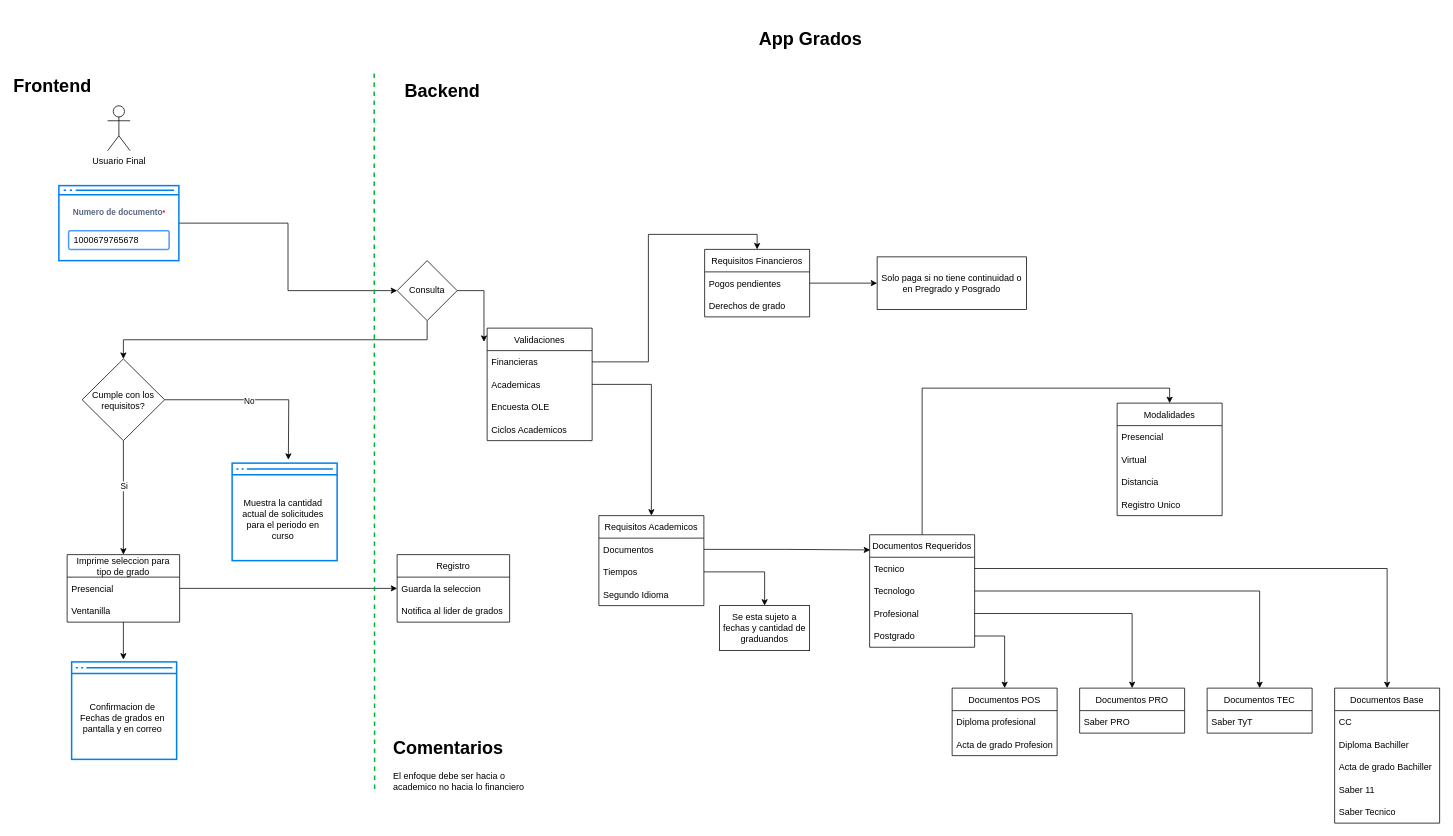
Earlier version of the draw.io diagram page "Idea Base" (1 of 3) of flujo-inicial.drawio (DevOps-CUN/docs-apps-grados). Source tidied: cells renumbered, new cells numbered last; positions are measured from the earlier drawing's top-left corner, leaving out a move shared by most shapes. Both pictures are drawn from the tidied source at 75%, with x=0, y=0 at pixel (14, 13).
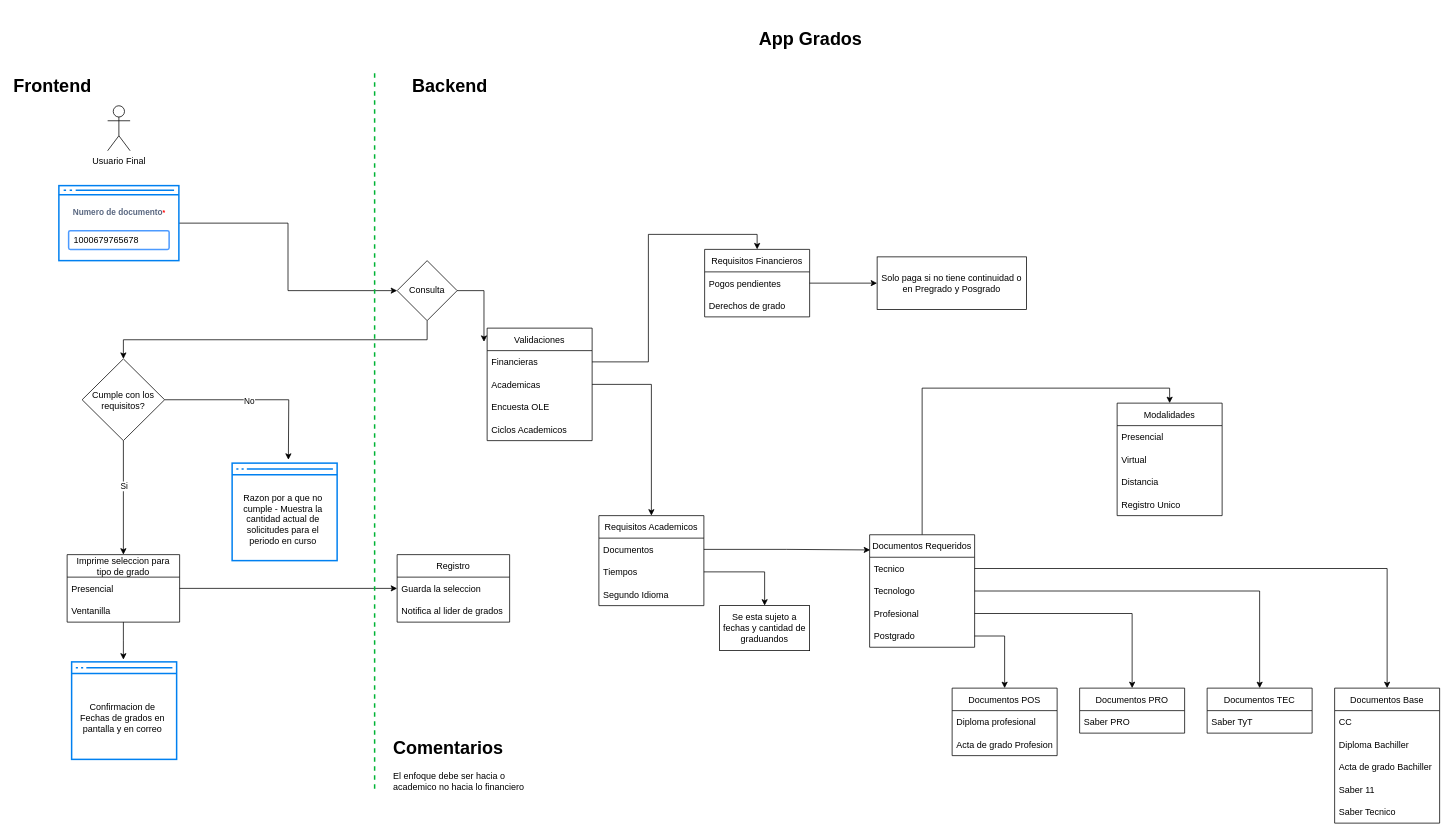
The same page after the edit.

Diff of the diagram source:
```diff
@@
     <mxCell id="7" value="Backend" style="text;strokeColor=none;fillColor=none;html=1;fontSize=24;fontStyle=1;verticalAlign=middle;align=center;" parent="1" vertex="1">
-      <mxGeometry x="470" y="83.5" width="200" height="40" as="geometry" />
+      <mxGeometry x="480" y="76.5" width="200" height="40" as="geometry" />
     </mxCell>
@@
-    <mxCell id="71" style="edgeStyle=none;rounded=0;html=1;entryX=0;entryY=0.5;jettySize=auto;strokeColor=#00B336;strokeWidth=2;fontColor=#000000;jumpStyle=none;endArrow=none;endFill=0;startArrow=none;dashed=1;exitX=0.047;exitY=-0.076;exitDx=0;exitDy=0;exitPerimeter=0;" parent="1" edge="1" source="7">
+    <mxCell id="71" style="edgeStyle=none;rounded=0;html=1;entryX=0;entryY=0.5;jettySize=auto;orthogonalLoop=1;strokeColor=#00B336;strokeWidth=2;fontColor=#000000;jumpStyle=none;endArrow=none;endFill=0;startArrow=none;dashed=1;" parent="1" edge="1">
       <mxGeometry relative="1" as="geometry">
+        <mxPoint x="480" y="80" as="sourcePoint" />
         <mxPoint x="480" y="1040" as="targetPoint" />
       </mxGeometry>
     </mxCell>
@@
-    <mxCell id="76" value="Muestra la cantidad actual de solicitudes para el periodo en curso" style="text;html=1;strokeColor=none;fillColor=none;align=center;verticalAlign=middle;whiteSpace=wrap;rounded=0;" parent="1" vertex="1">
+    <mxCell id="76" value="Razon por a que no cumple - Muestra la cantidad actual de solicitudes para el periodo en curso" style="text;html=1;strokeColor=none;fillColor=none;align=center;verticalAlign=middle;whiteSpace=wrap;rounded=0;" parent="1" vertex="1">
       <mxGeometry x="296" y="630" width="124" height="90" as="geometry" />
     </mxCell>
```
